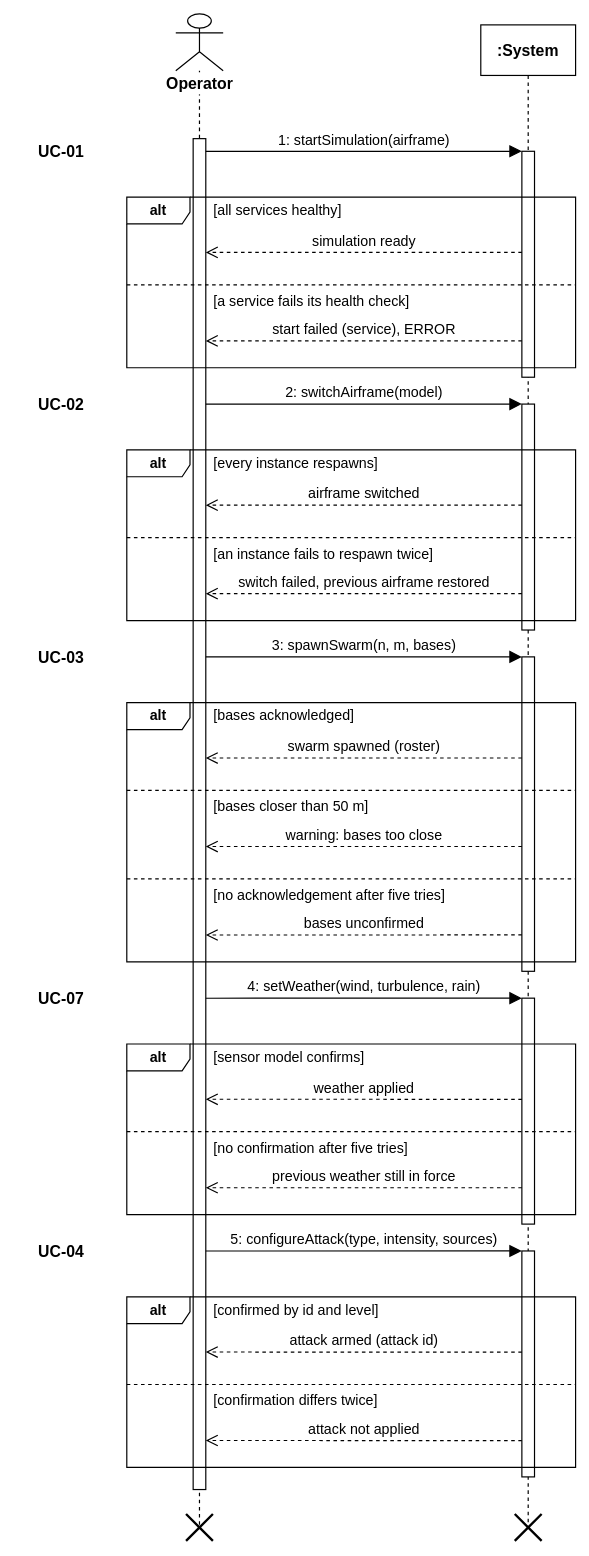
Earlier version of the draw.io diagram page "SSD: Operator (Simulation Setup)" (1 of 4) of 09_system_sequence_diagram.drawio (syedmohammad611/diagrams). Source tidied: cells renumbered, new cells numbered last; positions are measured from the earlier drawing's top-left corner, leaving out a move shared by most shapes. Both pictures are drawn from the tidied source at 79%, with x=0, y=0 at pixel (13, 13).
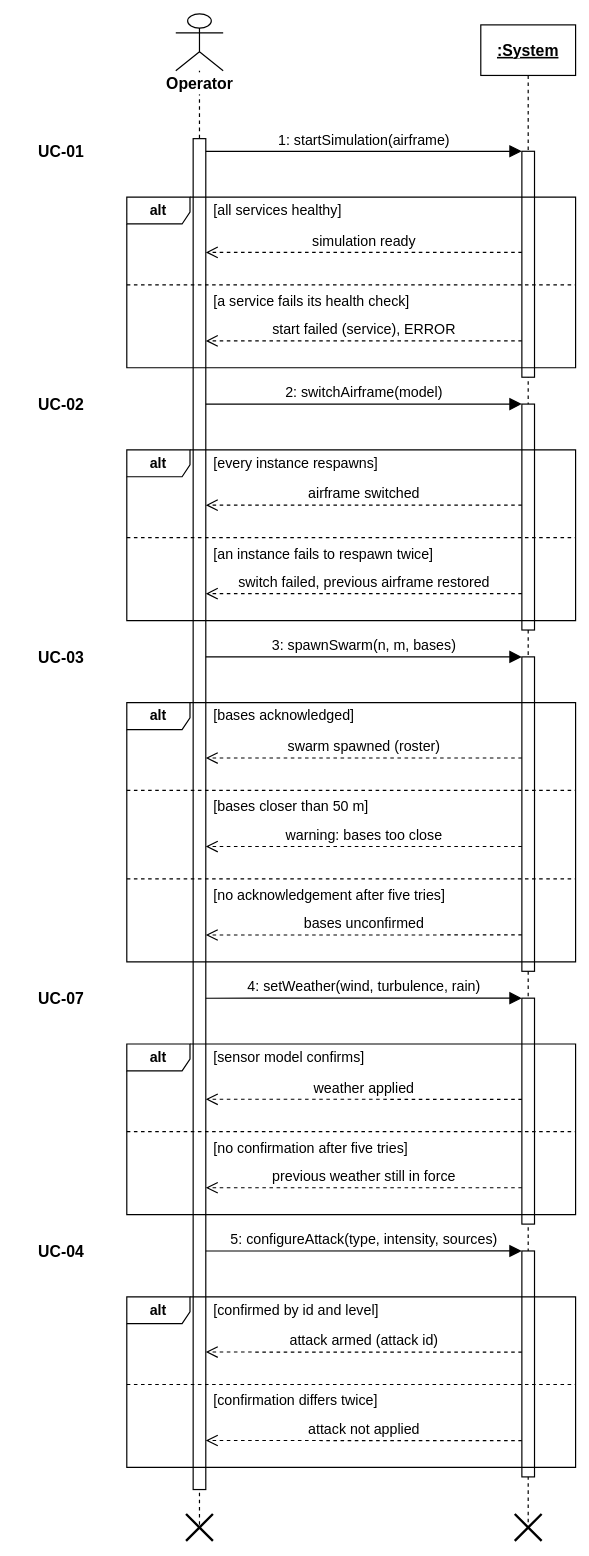
The same diagram, later.

Change to the diagram source:
```diff
@@
-    <mxCell id="5" value=":System" style="shape=umlLifeline;perimeter=lifelinePerimeter;whiteSpace=wrap;html=1;newEdgeStyle={&quot;edgeStyle&quot;:&quot;elbowEdgeStyle&quot;,&quot;elbow&quot;:&quot;vertical&quot;,&quot;curved&quot;:0,&quot;rounded&quot;:0};fillColor=none;strokeColor=#000000;strokeWidth=1.5;fontFamily=Helvetica;fontColor=#000000;fontSize=20;fontStyle=1;size=64;" parent="1" vertex="1">
+    <mxCell id="5" value=":System" style="shape=umlLifeline;perimeter=lifelinePerimeter;whiteSpace=wrap;html=1;newEdgeStyle={&quot;edgeStyle&quot;:&quot;elbowEdgeStyle&quot;,&quot;elbow&quot;:&quot;vertical&quot;,&quot;curved&quot;:0,&quot;rounded&quot;:0};fillColor=none;strokeColor=#000000;strokeWidth=1.5;fontFamily=Helvetica;fontColor=#000000;fontSize=20;fontStyle=5;size=64;" parent="1" vertex="1">
       <mxGeometry x="591.1" y="14" width="120" height="1902" as="geometry" />
     </mxCell>
```
